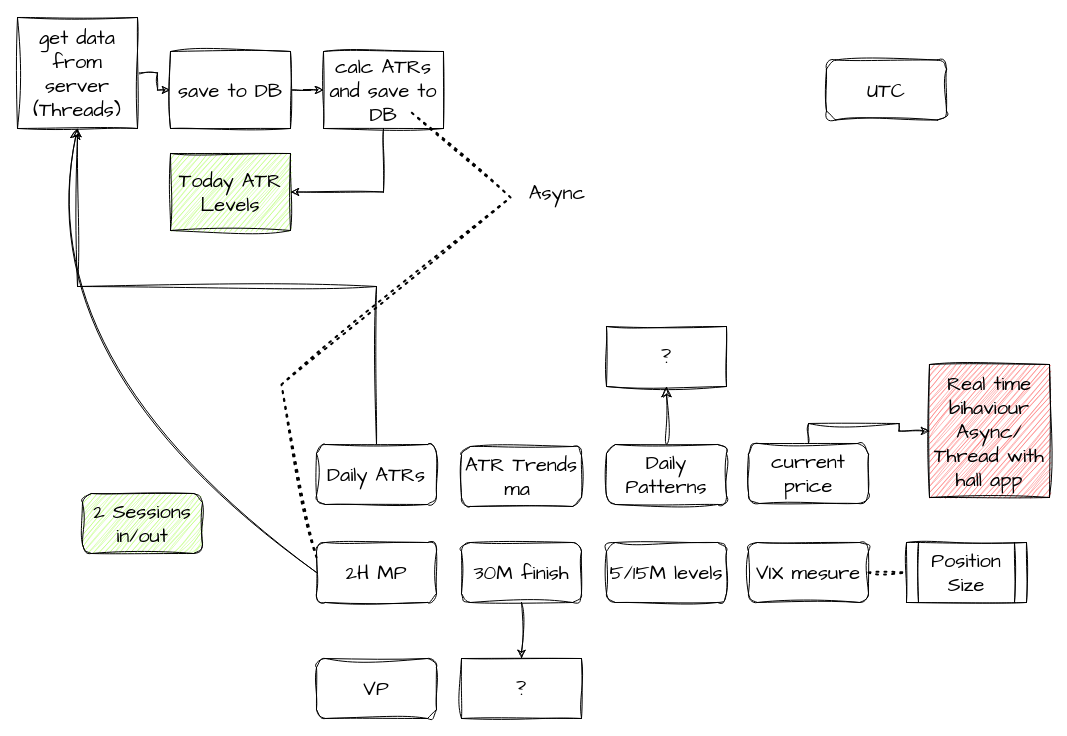
Before: page "main" (1 of 9) of structure.drawio in Kupavtsev/markets_data_handler, a draw.io diagram. Source tidied: cells renumbered, new cells numbered last; positions are measured from the earlier drawing's top-left corner, leaving out a move shared by most shapes. Both pictures are drawn from the tidied source at 100%, with x=0, y=0 at pixel (17, 17).
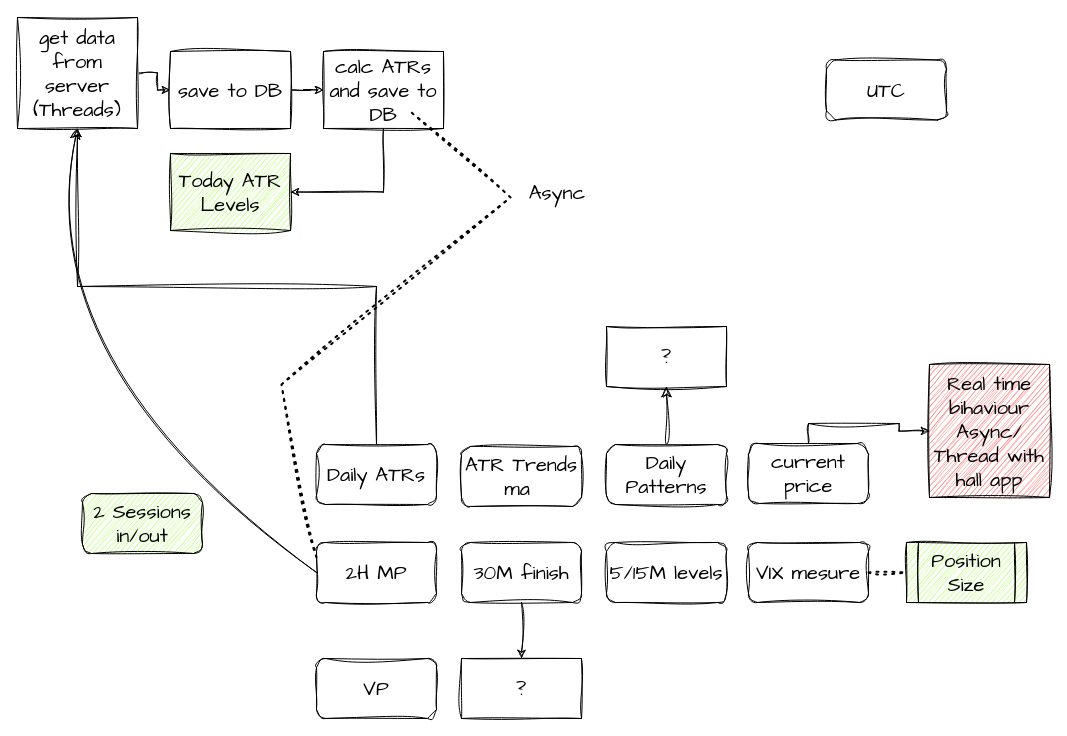
Above is the later version.

Change to the diagram source:
```diff
@@
-    <mxCell id="28" value="Position&lt;br&gt;Size" style="shape=process;whiteSpace=wrap;html=1;backgroundOutline=1;sketch=1;hachureGap=4;jiggle=2;curveFitting=1;fontFamily=Architects Daughter;fontSize=20;" parent="1" vertex="1">
+    <mxCell id="28" value="Position&lt;br&gt;Size" style="shape=process;whiteSpace=wrap;html=1;backgroundOutline=1;sketch=1;hachureGap=4;jiggle=2;curveFitting=1;fontFamily=Architects Daughter;fontSize=20;fillColor=#B3FF66;" parent="1" vertex="1">
       <mxGeometry x="889" y="525" width="120" height="60" as="geometry" />
     </mxCell>
```
